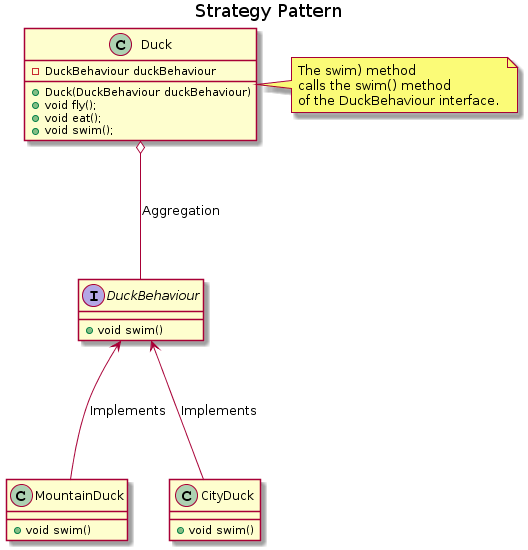
AbhilashG97/WatermelonPudding keeps this PlantUML diagram as Behavioural Design Patterns/Strategy Pattern/Implementations/Duck Example/images/image.png. Above is the earlier version.
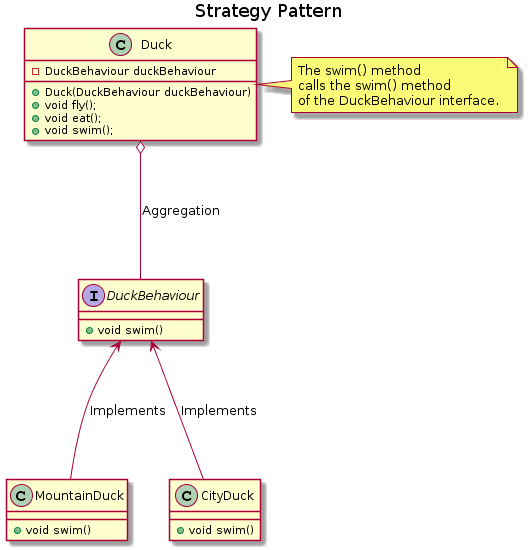
Above is the later version.

What changed in the source:
```diff
@@ -11,7 +11,7 @@
 }
 
 note right
-    The swim) method
+    The swim() method
     calls the swim() method
     of the DuckBehaviour interface.
 end note
```
